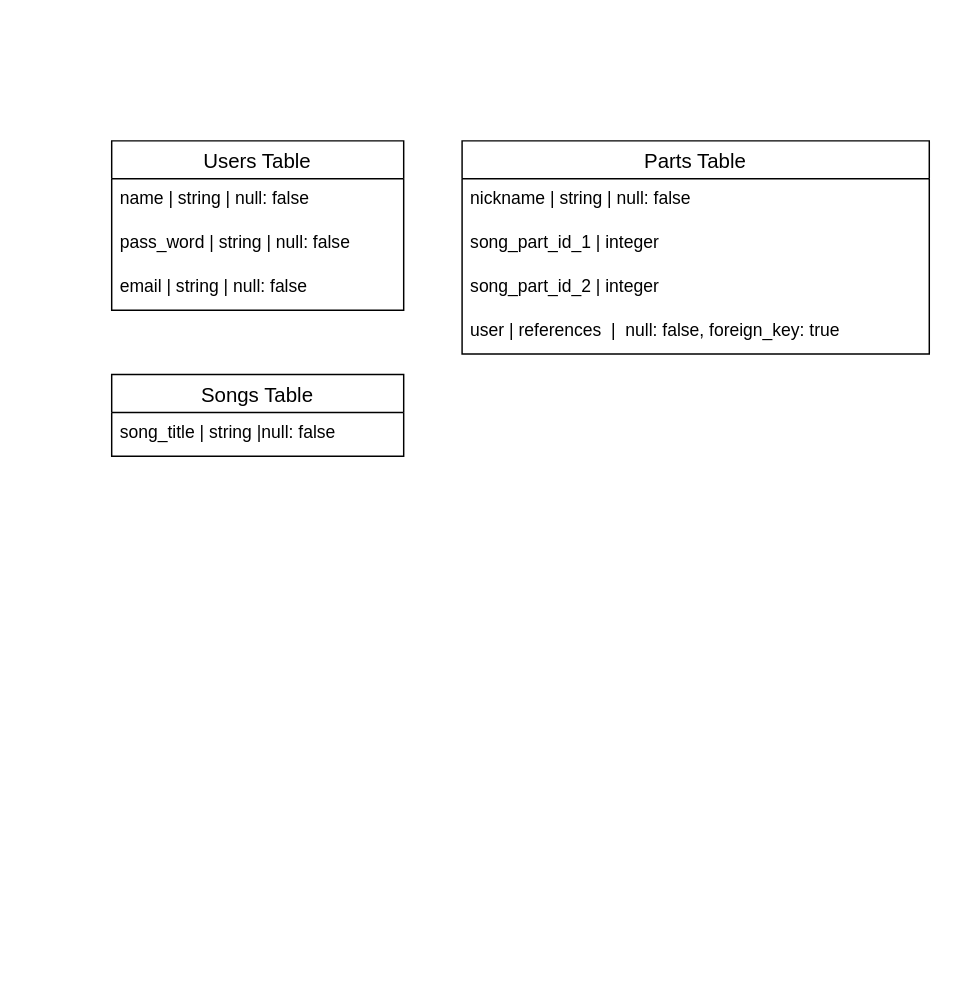
KITASHA/SQU-App keeps this draw.io diagram as ER.dio. Above is the earlier version. Source tidied: cells renumbered, new cells numbered last; positions are measured from the earlier drawing's top-left corner, leaving out a move shared by most shapes. Both pictures are drawn from the tidied source at 146%, with x=0, y=0 at pixel (111, 140).
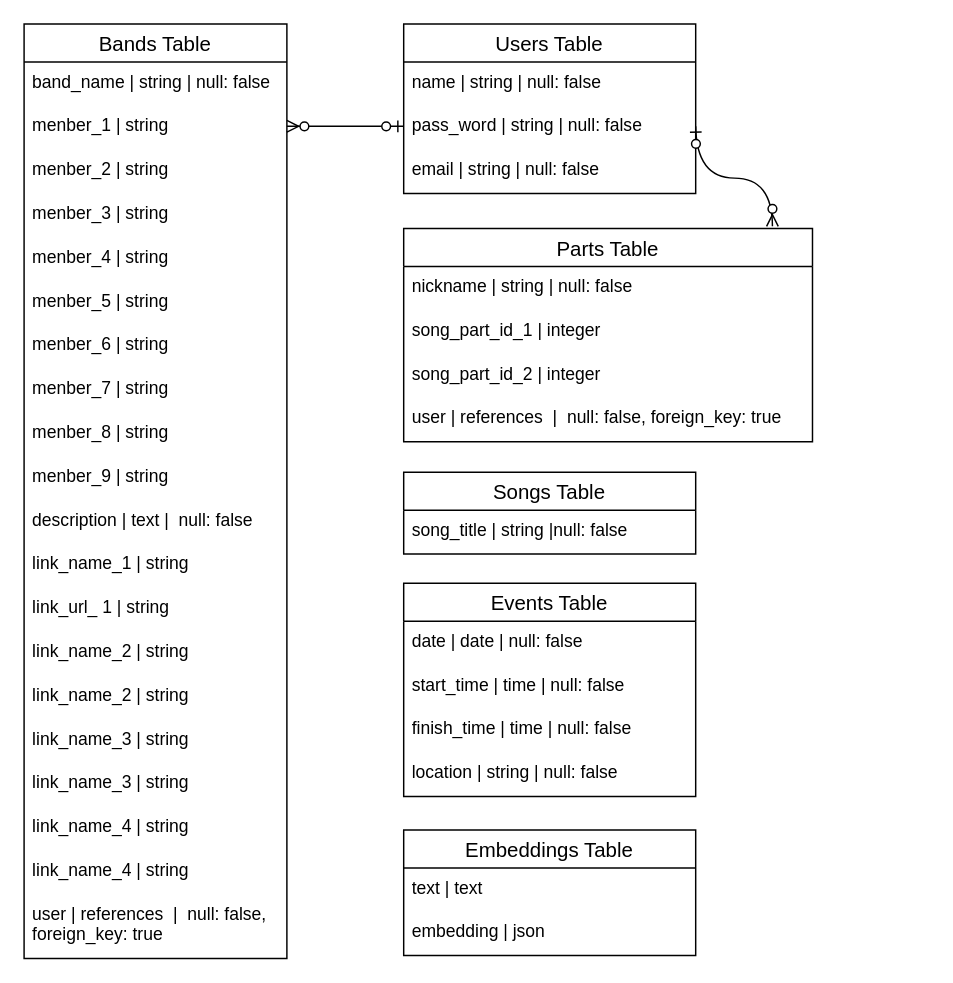
After the change.

Diff of the diagram source:
```diff
@@
     <mxCell id="2" value="Users Table" style="swimlane;fontStyle=0;horizontal=1;startSize=26;align=center;fontSize=14;" parent="1" vertex="1">
-      <mxGeometry width="200" height="116" as="geometry" />
+      <mxGeometry x="200" y="-80" width="200" height="116" as="geometry" />
     </mxCell>
@@
     <mxCell id="6" value="Parts Table" style="swimlane;fontStyle=0;horizontal=1;startSize=26;align=center;fontSize=14;" parent="1" vertex="1">
-      <mxGeometry x="240" width="320" height="146" as="geometry" />
+      <mxGeometry x="200" y="60" width="280" height="146" as="geometry" />
     </mxCell>
     <mxCell id="7" value="nickname | string | null: false" style="text;strokeColor=none;fillColor=none;spacingLeft=4;spacingRight=4;overflow=hidden;fontSize=12;" parent="6" vertex="1">
-      <mxGeometry y="26" width="320" height="30" as="geometry" />
+      <mxGeometry y="26" width="280" height="30" as="geometry" />
     </mxCell>
     <mxCell id="8" value="song_part_id_1 | integer" style="text;strokeColor=none;fillColor=none;spacingLeft=4;spacingRight=4;overflow=hidden;fontSize=12;" parent="6" vertex="1">
-      <mxGeometry y="56" width="320" height="30" as="geometry" />
+      <mxGeometry y="56" width="280" height="30" as="geometry" />
     </mxCell>
     <mxCell id="9" value="song_part_id_2 | integer" style="text;strokeColor=none;fillColor=none;spacingLeft=4;spacingRight=4;overflow=hidden;fontSize=12;" parent="6" vertex="1">
-      <mxGeometry y="86" width="320" height="30" as="geometry" />
+      <mxGeometry y="86" width="280" height="30" as="geometry" />
     </mxCell>
     <mxCell id="10" value="user | references  |  null: false, foreign_key: true " style="text;strokeColor=none;fillColor=none;spacingLeft=4;spacingRight=4;overflow=hidden;fontSize=12;" parent="6" vertex="1">
-      <mxGeometry y="116" width="320" height="30" as="geometry" />
+      <mxGeometry y="116" width="280" height="30" as="geometry" />
     </mxCell>
     <mxCell id="11" value="Songs Table" style="swimlane;fontStyle=0;horizontal=1;startSize=26;align=center;fontSize=14;" parent="1" vertex="1">
-      <mxGeometry y="160" width="200" height="56" as="geometry" />
+      <mxGeometry x="200" y="227" width="200" height="56" as="geometry" />
     </mxCell>
@@
+    <mxCell id="13" value="Bands Table" style="swimlane;fontStyle=0;horizontal=1;startSize=26;align=center;fontSize=14;" parent="1" vertex="1">
+      <mxGeometry x="-60" y="-80" width="180" height="640" as="geometry" />
+    </mxCell>
+    <mxCell id="14" value="band_name | string | null: false" style="text;strokeColor=none;fillColor=none;spacingLeft=4;spacingRight=4;overflow=hidden;fontSize=12;" parent="13" vertex="1">
+      <mxGeometry y="26" width="180" height="30" as="geometry" />
+    </mxCell>
+    <mxCell id="15" value="menber_1 | string " style="text;strokeColor=none;fillColor=none;spacingLeft=4;spacingRight=4;overflow=hidden;fontSize=12;" parent="13" vertex="1">
+      <mxGeometry y="56" width="180" height="30" as="geometry" />
+    </mxCell>
+    <mxCell id="16" value="menber_2 | string " style="text;strokeColor=none;fillColor=none;spacingLeft=4;spacingRight=4;overflow=hidden;fontSize=12;" parent="13" vertex="1">
+      <mxGeometry y="86" width="180" height="30" as="geometry" />
+    </mxCell>
+    <mxCell id="17" value="menber_3 | string " style="text;strokeColor=none;fillColor=none;spacingLeft=4;spacingRight=4;overflow=hidden;fontSize=12;" parent="13" vertex="1">
+      <mxGeometry y="116" width="180" height="30" as="geometry" />
+    </mxCell>
+    <mxCell id="18" value="menber_4 | string " style="text;strokeColor=none;fillColor=none;spacingLeft=4;spacingRight=4;overflow=hidden;fontSize=12;" parent="13" vertex="1">
+      <mxGeometry y="146" width="180" height="30" as="geometry" />
+    </mxCell>
+    <mxCell id="19" value="menber_5 | string " style="text;strokeColor=none;fillColor=none;spacingLeft=4;spacingRight=4;overflow=hidden;fontSize=12;" parent="13" vertex="1">
+      <mxGeometry y="176" width="180" height="30" as="geometry" />
+    </mxCell>
+    <mxCell id="20" value="menber_6 | string " style="text;strokeColor=none;fillColor=none;spacingLeft=4;spacingRight=4;overflow=hidden;fontSize=12;" parent="13" vertex="1">
+      <mxGeometry y="206" width="180" height="30" as="geometry" />
+    </mxCell>
+    <mxCell id="21" value="menber_7 | string " style="text;strokeColor=none;fillColor=none;spacingLeft=4;spacingRight=4;overflow=hidden;fontSize=12;" parent="13" vertex="1">
+      <mxGeometry y="236" width="180" height="30" as="geometry" />
+    </mxCell>
+    <mxCell id="22" value="menber_8 | string " style="text;strokeColor=none;fillColor=none;spacingLeft=4;spacingRight=4;overflow=hidden;fontSize=12;" parent="13" vertex="1">
+      <mxGeometry y="266" width="180" height="30" as="geometry" />
+    </mxCell>
+    <mxCell id="23" value="menber_9 | string " style="text;strokeColor=none;fillColor=none;spacingLeft=4;spacingRight=4;overflow=hidden;fontSize=12;" parent="13" vertex="1">
+      <mxGeometry y="296" width="180" height="30" as="geometry" />
+    </mxCell>
+    <mxCell id="24" value="description | text |  null: false" style="text;strokeColor=none;fillColor=none;spacingLeft=4;spacingRight=4;overflow=hidden;fontSize=12;" parent="13" vertex="1">
+      <mxGeometry y="326" width="180" height="30" as="geometry" />
+    </mxCell>
+    <mxCell id="25" value="link_name_1 | string " style="text;strokeColor=none;fillColor=none;spacingLeft=4;spacingRight=4;overflow=hidden;fontSize=12;" parent="13" vertex="1">
+      <mxGeometry y="356" width="180" height="30" as="geometry" />
+    </mxCell>
+    <mxCell id="26" value="link_url_ 1 | string " style="text;strokeColor=none;fillColor=none;spacingLeft=4;spacingRight=4;overflow=hidden;fontSize=12;" parent="13" vertex="1">
+      <mxGeometry y="386" width="180" height="30" as="geometry" />
+    </mxCell>
+    <mxCell id="27" value="link_name_2 | string " style="text;strokeColor=none;fillColor=none;spacingLeft=4;spacingRight=4;overflow=hidden;fontSize=12;" parent="13" vertex="1">
+      <mxGeometry y="416" width="180" height="30" as="geometry" />
+    </mxCell>
+    <mxCell id="28" value="link_name_2 | string " style="text;strokeColor=none;fillColor=none;spacingLeft=4;spacingRight=4;overflow=hidden;fontSize=12;" parent="13" vertex="1">
+      <mxGeometry y="446" width="180" height="30" as="geometry" />
+    </mxCell>
+    <mxCell id="29" value="link_name_3 | string " style="text;strokeColor=none;fillColor=none;spacingLeft=4;spacingRight=4;overflow=hidden;fontSize=12;" parent="13" vertex="1">
+      <mxGeometry y="476" width="180" height="30" as="geometry" />
+    </mxCell>
+    <mxCell id="30" value="link_name_3 | string " style="text;strokeColor=none;fillColor=none;spacingLeft=4;spacingRight=4;overflow=hidden;fontSize=12;" parent="13" vertex="1">
+      <mxGeometry y="506" width="180" height="30" as="geometry" />
+    </mxCell>
+    <mxCell id="31" value="link_name_4 | string " style="text;strokeColor=none;fillColor=none;spacingLeft=4;spacingRight=4;overflow=hidden;fontSize=12;" parent="13" vertex="1">
+      <mxGeometry y="536" width="180" height="30" as="geometry" />
+    </mxCell>
+    <mxCell id="32" value="link_name_4 | string " style="text;strokeColor=none;fillColor=none;spacingLeft=4;spacingRight=4;overflow=hidden;fontSize=12;" parent="13" vertex="1">
+      <mxGeometry y="566" width="180" height="30" as="geometry" />
+    </mxCell>
+    <mxCell id="33" value="user | references  |  null: false, &#10;foreign_key: true " style="text;strokeColor=none;fillColor=none;spacingLeft=4;spacingRight=4;overflow=hidden;fontSize=12;" parent="13" vertex="1">
+      <mxGeometry y="596" width="180" height="44" as="geometry" />
+    </mxCell>
+    <mxCell id="34" value="Events Table" style="swimlane;fontStyle=0;horizontal=1;startSize=26;align=center;fontSize=14;" parent="1" vertex="1">
+      <mxGeometry x="200" y="303" width="200" height="146" as="geometry" />
+    </mxCell>
+    <mxCell id="35" value="date | date | null: false" style="text;strokeColor=none;fillColor=none;spacingLeft=4;spacingRight=4;overflow=hidden;fontSize=12;" parent="34" vertex="1">
+      <mxGeometry y="26" width="200" height="30" as="geometry" />
+    </mxCell>
+    <mxCell id="36" value="start_time | time | null: false" style="text;strokeColor=none;fillColor=none;spacingLeft=4;spacingRight=4;overflow=hidden;fontSize=12;" parent="34" vertex="1">
+      <mxGeometry y="56" width="200" height="30" as="geometry" />
+    </mxCell>
+    <mxCell id="37" value="finish_time | time | null: false" style="text;strokeColor=none;fillColor=none;spacingLeft=4;spacingRight=4;overflow=hidden;fontSize=12;" parent="34" vertex="1">
+      <mxGeometry y="86" width="200" height="30" as="geometry" />
+    </mxCell>
+    <mxCell id="38" value="location | string | null: false" style="text;strokeColor=none;fillColor=none;spacingLeft=4;spacingRight=4;overflow=hidden;fontSize=12;" parent="34" vertex="1">
+      <mxGeometry y="116" width="200" height="30" as="geometry" />
+    </mxCell>
+    <mxCell id="39" value="Embeddings Table" style="swimlane;fontStyle=0;horizontal=1;startSize=26;align=center;fontSize=14;" parent="1" vertex="1">
+      <mxGeometry x="200" y="472" width="200" height="86" as="geometry" />
+    </mxCell>
+    <mxCell id="40" value="text | text  " style="text;strokeColor=none;fillColor=none;spacingLeft=4;spacingRight=4;overflow=hidden;fontSize=12;" parent="39" vertex="1">
+      <mxGeometry y="26" width="200" height="30" as="geometry" />
+    </mxCell>
+    <mxCell id="41" value="embedding | json" style="text;strokeColor=none;fillColor=none;spacingLeft=4;spacingRight=4;overflow=hidden;fontSize=12;" parent="39" vertex="1">
+      <mxGeometry y="56" width="200" height="30" as="geometry" />
+    </mxCell>
+    <mxCell id="42" style="fontSize=12;html=1;endArrow=ERzeroToMany;startArrow=ERzeroToOne;" parent="1" edge="1">
+      <mxGeometry relative="1" as="geometry">
+        <mxPoint x="200" y="-10" as="sourcePoint" />
+        <mxPoint x="120" y="-10" as="targetPoint" />
+      </mxGeometry>
+    </mxCell>
+    <mxCell id="43" style="edgeStyle=orthogonalEdgeStyle;fontSize=12;html=1;endArrow=ERzeroToMany;startArrow=ERzeroToOne;curved=1;entryX=0.902;entryY=-0.01;entryDx=0;entryDy=0;entryPerimeter=0;" parent="1" edge="1" target="6">
+      <mxGeometry relative="1" as="geometry">
+        <mxPoint x="400" y="-10" as="sourcePoint" />
+      </mxGeometry>
+    </mxCell>
```
